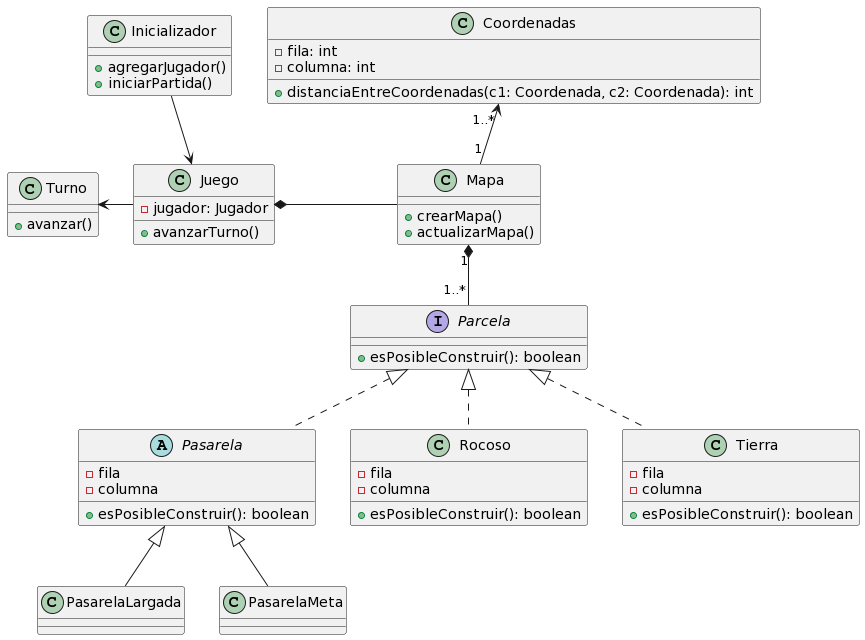
This is diagrams/classes/DC_2.png from Aldumogi/AlgoDefense, a PlantUML export, as it was before one commit. Source of this version:
```plantuml
@startuml
class Juego {
- jugador: Jugador
+ avanzarTurno()
}

class Inicializador {
+ agregarJugador()
+ iniciarPartida()
}

class Turno {
+ avanzar()
}

class Mapa {
+ crearMapa()
+ actualizarMapa()
}

class Coordenadas {
- fila: int
- columna: int
+ distanciaEntreCoordenadas(c1: Coordenada, c2: Coordenada): int
}

interface Parcela {
+ esPosibleConstruir(): boolean
}

abstract Pasarela {
- fila
- columna
+ esPosibleConstruir(): boolean
}

class PasarelaLargada {}

class PasarelaMeta{}

class Rocoso {
- fila
- columna
+ esPosibleConstruir(): boolean
}

class Tierra {
- fila
- columna
+ esPosibleConstruir(): boolean
}

Parcela <|.. Pasarela
Parcela <|.. Rocoso
Parcela <|.. Tierra

Pasarela <|-- PasarelaLargada
Pasarela <|-- PasarelaMeta

Inicializador --> Juego
Juego *- Mapa
Turno <- Juego
Mapa "1" *-- "1..*" Parcela
Coordenadas "1..*" <-- "1" Mapa
@enduml
```
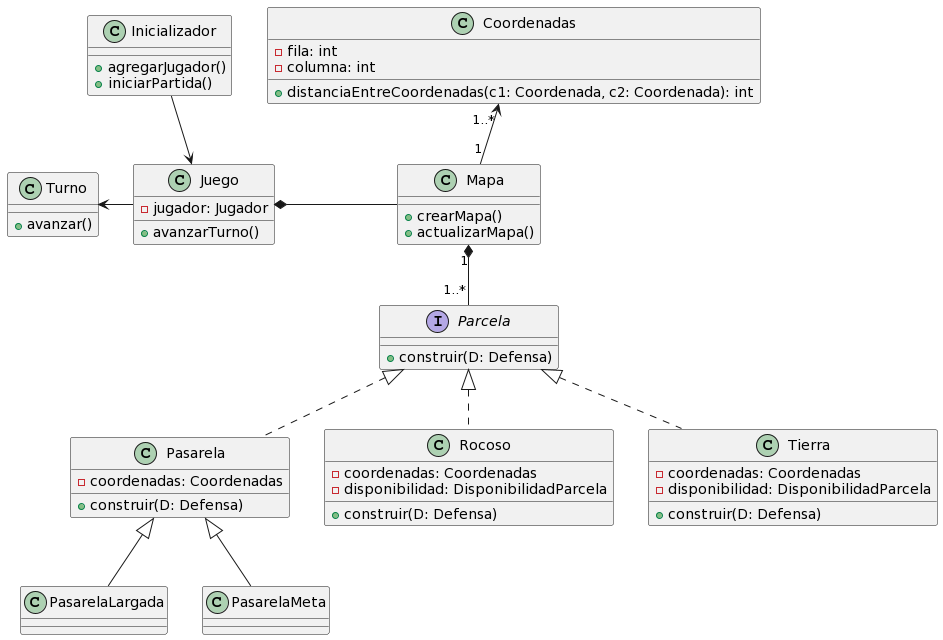
After the change.

Change to the diagram source:
```diff
@@ -25,13 +25,12 @@
 }
 
 interface Parcela {
-+ esPosibleConstruir(): boolean
++ construir(D: Defensa)
 }
 
-abstract Pasarela {
-- fila
-- columna
-+ esPosibleConstruir(): boolean
+class Pasarela {
+- coordenadas: Coordenadas
++ construir(D: Defensa)
 }
 
 class PasarelaLargada {}
@@ -39,15 +38,15 @@
 class PasarelaMeta{}
 
 class Rocoso {
-- fila
-- columna
-+ esPosibleConstruir(): boolean
+- coordenadas: Coordenadas
+- disponibilidad: DisponibilidadParcela
++ construir(D: Defensa)
 }
 
 class Tierra {
-- fila
-- columna
-+ esPosibleConstruir(): boolean
+- coordenadas: Coordenadas
+- disponibilidad: DisponibilidadParcela
++ construir(D: Defensa)
 }
 
 Parcela <|.. Pasarela
@@ -57,6 +56,8 @@
 Pasarela <|-- PasarelaLargada
 Pasarela <|-- PasarelaMeta
 
+
+
 Inicializador --> Juego
 Juego *- Mapa
 Turno <- Juego
```
